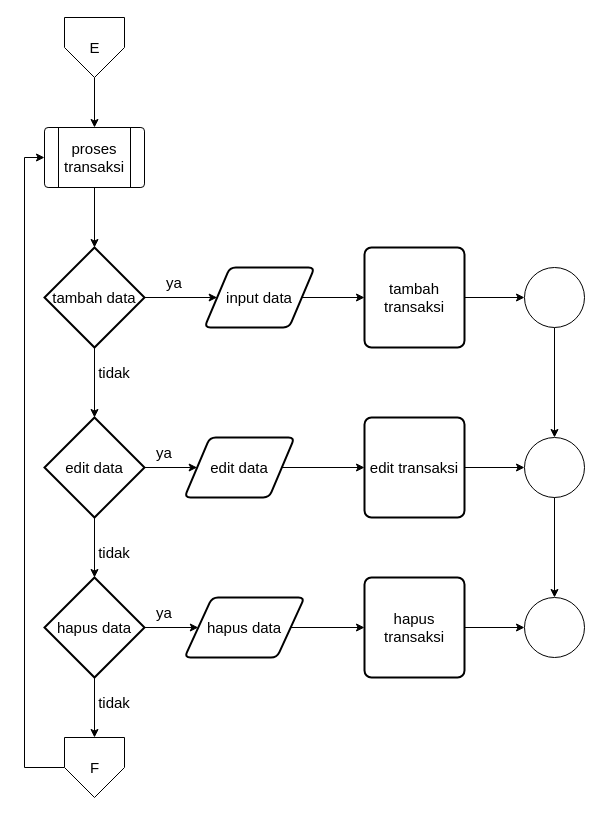
dreamergirl01/uml_bankSampah keeps this draw.io diagram as page "flowchart transaksi" (20 of 22) of Untitled Diagram.drawio. Above is the earlier version. Source tidied: cells renumbered, new cells numbered last; positions are measured from the earlier drawing's top-left corner, leaving out a move shared by most shapes. Both pictures are drawn from the tidied source at 100%, with x=0, y=0 at pixel (24, 17).
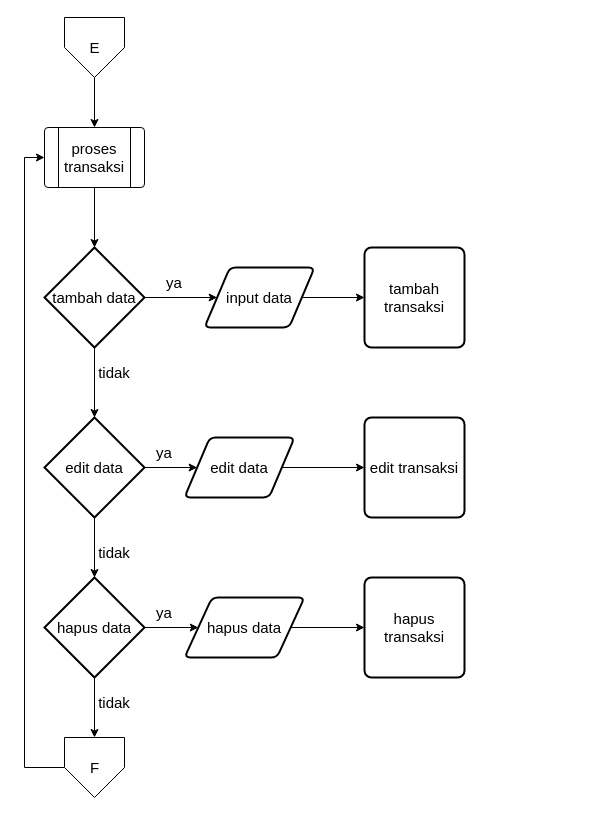
The same diagram, later.

Unchanged cells that the change refers to:
```xml
<mxCell id="11" value="tambah transaksi" style="rounded=1;whiteSpace=wrap;html=1;absoluteArcSize=1;arcSize=14;strokeWidth=2;fontSize=15;" parent="1" vertex="1">
  <mxGeometry x="340" y="230" width="100" height="100" as="geometry" />
</mxCell>
<mxCell id="20" value="edit transaksi" style="rounded=1;whiteSpace=wrap;html=1;absoluteArcSize=1;arcSize=14;strokeWidth=2;fontSize=15;" parent="1" vertex="1">
  <mxGeometry x="340" y="400" width="100" height="100" as="geometry" />
</mxCell>
<mxCell id="29" value="hapus transaksi" style="rounded=1;whiteSpace=wrap;html=1;absoluteArcSize=1;arcSize=14;strokeWidth=2;fontSize=15;" parent="1" vertex="1">
  <mxGeometry x="340" y="560" width="100" height="100" as="geometry" />
</mxCell>
```

Change to the diagram source:
```diff
@@
-    <mxCell id="12" style="edgeStyle=orthogonalEdgeStyle;rounded=0;jettySize=auto;html=1;" parent="1" edge="1" source="13" target="21">
-      <mxGeometry relative="1" as="geometry" />
-    </mxCell>
-    <mxCell id="13" style="verticalLabelPosition=bottom;verticalAlign=top;html=1;shape=mxgraph.flowchart.on-page_reference;" parent="1" vertex="1">
-      <mxGeometry x="500" y="250" width="60" height="60" as="geometry" />
-    </mxCell>
-    <mxCell id="14" style="edgeStyle=orthogonalEdgeStyle;rounded=0;jettySize=auto;html=1;entryX=0;entryY=0.5;entryDx=0;entryDy=0;entryPerimeter=0;" parent="1" edge="1" source="11" target="13">
-      <mxGeometry relative="1" as="geometry" />
-    </mxCell>
@@
-    <mxCell id="21" style="verticalLabelPosition=bottom;verticalAlign=top;html=1;shape=mxgraph.flowchart.on-page_reference;" parent="1" vertex="1">
-      <mxGeometry x="500" y="420" width="60" height="60" as="geometry" />
-    </mxCell>
-    <mxCell id="22" style="edgeStyle=orthogonalEdgeStyle;rounded=0;jettySize=auto;html=1;entryX=0;entryY=0.5;entryDx=0;entryDy=0;entryPerimeter=0;" parent="1" edge="1" source="20" target="21">
-      <mxGeometry relative="1" as="geometry" />
-    </mxCell>
@@
-    <mxCell id="30" style="verticalLabelPosition=bottom;verticalAlign=top;html=1;shape=mxgraph.flowchart.on-page_reference;" parent="1" vertex="1">
-      <mxGeometry x="500" y="580" width="60" height="60" as="geometry" />
-    </mxCell>
-    <mxCell id="31" style="edgeStyle=orthogonalEdgeStyle;rounded=0;jettySize=auto;html=1;entryX=0;entryY=0.5;entryDx=0;entryDy=0;entryPerimeter=0;" parent="1" edge="1" source="29" target="30">
-      <mxGeometry relative="1" as="geometry" />
-    </mxCell>
-    <mxCell id="32" style="edgeStyle=orthogonalEdgeStyle;rounded=0;jettySize=auto;html=1;entryX=0.5;entryY=0;entryDx=0;entryDy=0;entryPerimeter=0;" parent="1" edge="1" source="21" target="30">
-      <mxGeometry relative="1" as="geometry" />
-    </mxCell>
```
